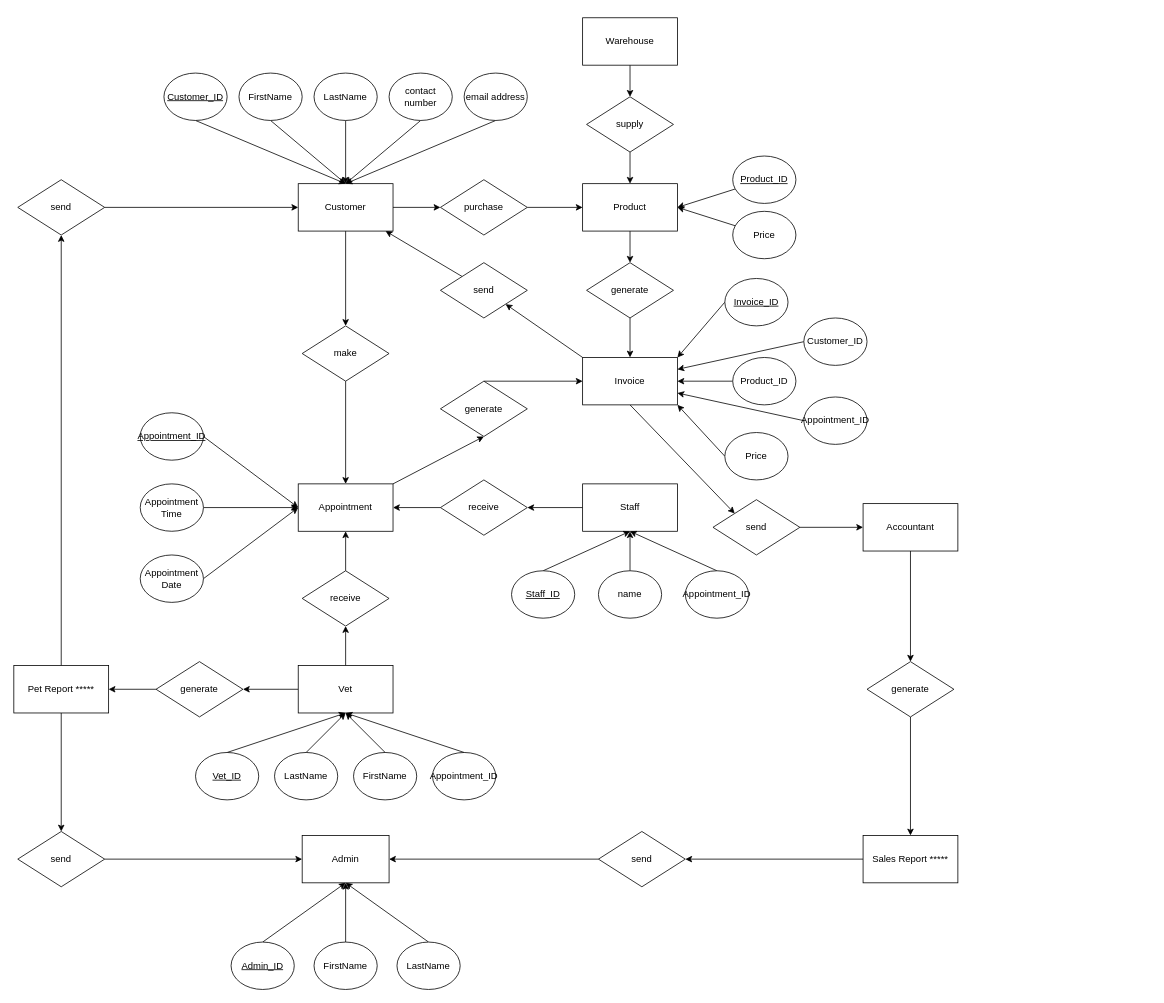
Kentcwk26/SDP keeps this draw.io diagram as page "ERD" (4 of 4) of SDPflowchart.drawio. Above is the earlier version. Source tidied: cells renumbered, new cells numbered last; positions are measured from the earlier drawing's top-left corner, leaving out a move shared by most shapes. Both pictures are drawn from the tidied source at 79%, with x=0, y=0 at pixel (13, 17).
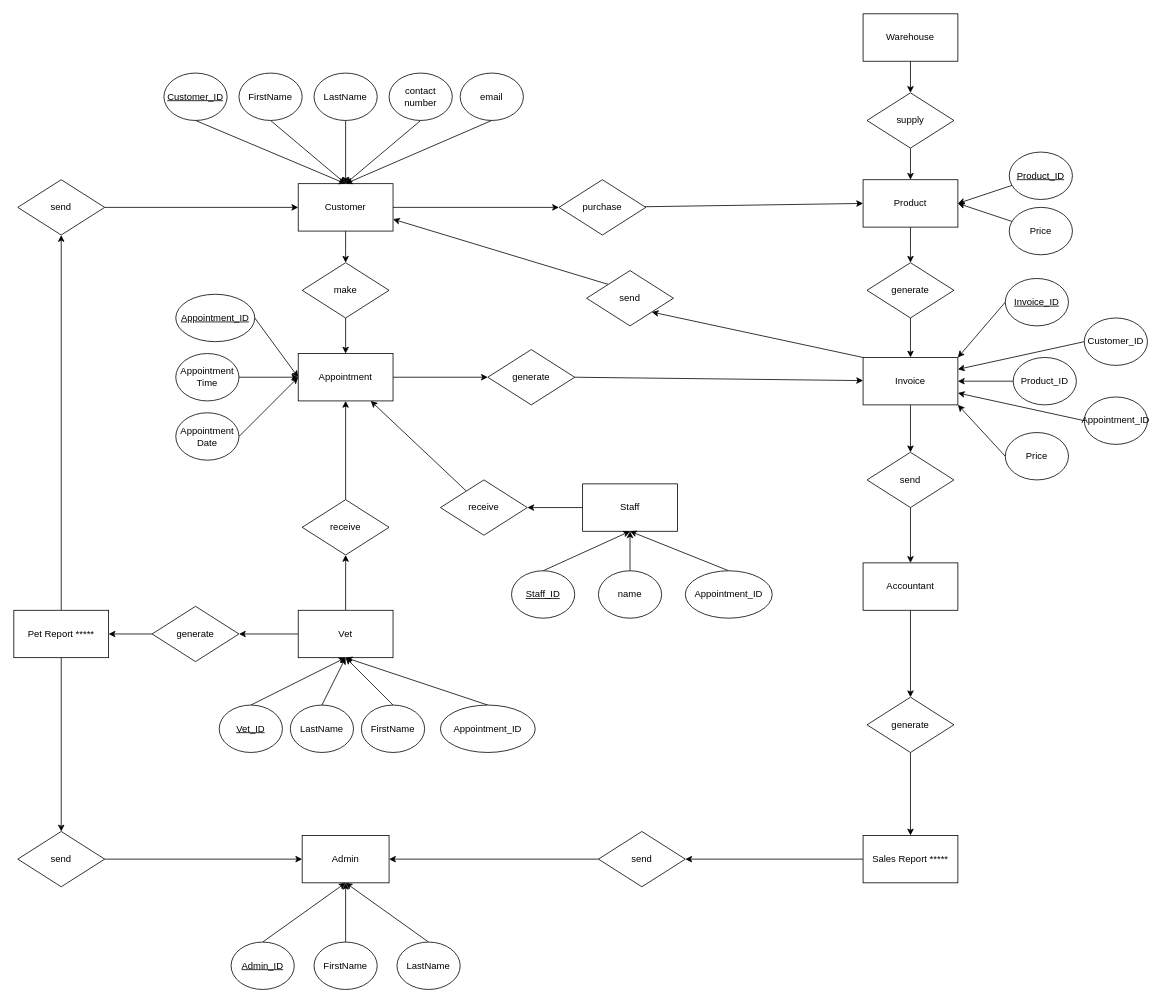
Above is the later version.

The change refers to these unchanged cells:
```xml
<mxCell id="6" value="Customer" style="rounded=0;whiteSpace=wrap;html=1;" parent="1" vertex="1">
  <mxGeometry x="360" y="210" width="120" height="60" as="geometry" />
</mxCell>
```

Diff of the diagram source:
```diff
@@
     <mxCell id="12" value="Vet" style="rounded=0;whiteSpace=wrap;html=1;" parent="1" vertex="1">
-      <mxGeometry x="360" y="820" width="120" height="60" as="geometry" />
+      <mxGeometry x="360" y="750" width="120" height="60" as="geometry" />
     </mxCell>
@@
     <mxCell id="14" value="make" style="rhombus;whiteSpace=wrap;html=1;" parent="1" vertex="1">
-      <mxGeometry x="365" y="390" width="110" height="70" as="geometry" />
+      <mxGeometry x="365" y="310" width="110" height="70" as="geometry" />
     </mxCell>
-    <mxCell id="15" style="edgeStyle=none;html=1;exitX=1;exitY=0;exitDx=0;exitDy=0;entryX=0.5;entryY=1;entryDx=0;entryDy=0;" parent="1" edge="1" source="16" target="43">
+    <mxCell id="15" style="edgeStyle=none;html=1;exitX=1;exitY=0.5;exitDx=0;exitDy=0;" parent="1" edge="1" source="16" target="43">
       <mxGeometry relative="1" as="geometry" />
     </mxCell>
     <mxCell id="16" value="Appointment" style="rounded=0;whiteSpace=wrap;html=1;" parent="1" vertex="1">
-      <mxGeometry x="360" y="590" width="120" height="60" as="geometry" />
+      <mxGeometry x="360" y="425" width="120" height="60" as="geometry" />
     </mxCell>
@@
     <mxCell id="18" value="receive" style="rhombus;whiteSpace=wrap;html=1;" parent="1" vertex="1">
-      <mxGeometry x="365" y="700" width="110" height="70" as="geometry" />
+      <mxGeometry x="365" y="610" width="110" height="70" as="geometry" />
     </mxCell>
@@
-    <mxCell id="22" value="email address" style="ellipse;whiteSpace=wrap;html=1;" parent="1" vertex="1">
-      <mxGeometry x="570" y="70" width="80" height="60" as="geometry" />
+    <mxCell id="22" value="email" style="ellipse;whiteSpace=wrap;html=1;" parent="1" vertex="1">
+      <mxGeometry x="565" y="70" width="80" height="60" as="geometry" />
     </mxCell>
@@
     <mxCell id="24" value="Warehouse" style="rounded=0;whiteSpace=wrap;html=1;" parent="1" vertex="1">
-      <mxGeometry x="720" width="120" height="60" as="geometry" />
+      <mxGeometry x="1075" y="-5" width="120" height="60" as="geometry" />
     </mxCell>
@@
     <mxCell id="26" value="purchase" style="rhombus;whiteSpace=wrap;html=1;" parent="1" vertex="1">
-      <mxGeometry x="540" y="205" width="110" height="70" as="geometry" />
+      <mxGeometry x="690" y="205" width="110" height="70" as="geometry" />
     </mxCell>
@@
     <mxCell id="28" value="Product" style="rounded=0;whiteSpace=wrap;html=1;" parent="1" vertex="1">
-      <mxGeometry x="720" y="210" width="120" height="60" as="geometry" />
+      <mxGeometry x="1075" y="205" width="120" height="60" as="geometry" />
     </mxCell>
@@
     <mxCell id="30" value="supply" style="rhombus;whiteSpace=wrap;html=1;" parent="1" vertex="1">
-      <mxGeometry x="725" y="100" width="110" height="70" as="geometry" />
+      <mxGeometry x="1080" y="95" width="110" height="70" as="geometry" />
     </mxCell>
@@
     <mxCell id="32" value="&lt;u&gt;Product_ID&lt;/u&gt;" style="ellipse;whiteSpace=wrap;html=1;" parent="1" vertex="1">
-      <mxGeometry x="910" y="175" width="80" height="60" as="geometry" />
+      <mxGeometry x="1260" y="170" width="80" height="60" as="geometry" />
     </mxCell>
@@
     <mxCell id="38" value="Price" style="ellipse;whiteSpace=wrap;html=1;" parent="1" vertex="1">
-      <mxGeometry x="910" y="245" width="80" height="60" as="geometry" />
+      <mxGeometry x="1260" y="240" width="80" height="60" as="geometry" />
     </mxCell>
@@
-    <mxCell id="40" style="edgeStyle=none;html=1;exitX=0.5;exitY=1;exitDx=0;exitDy=0;entryX=0;entryY=0;entryDx=0;entryDy=0;" parent="1" edge="1" source="41" target="90">
+    <mxCell id="40" style="edgeStyle=none;html=1;exitX=0.5;exitY=1;exitDx=0;exitDy=0;" parent="1" edge="1" source="41" target="90">
       <mxGeometry relative="1" as="geometry" />
     </mxCell>
     <mxCell id="41" value="Invoice" style="rounded=0;whiteSpace=wrap;html=1;" parent="1" vertex="1">
-      <mxGeometry x="720" y="430" width="120" height="60" as="geometry" />
+      <mxGeometry x="1075" y="430" width="120" height="60" as="geometry" />
     </mxCell>
-    <mxCell id="42" style="edgeStyle=none;html=1;exitX=0.5;exitY=0;exitDx=0;exitDy=0;" parent="1" edge="1" source="43" target="41">
+    <mxCell id="42" style="edgeStyle=none;html=1;exitX=1;exitY=0.5;exitDx=0;exitDy=0;" parent="1" edge="1" source="43" target="41">
       <mxGeometry relative="1" as="geometry" />
     </mxCell>
     <mxCell id="43" value="generate" style="rhombus;whiteSpace=wrap;html=1;" parent="1" vertex="1">
-      <mxGeometry x="540" y="460" width="110" height="70" as="geometry" />
+      <mxGeometry x="600" y="420" width="110" height="70" as="geometry" />
     </mxCell>
-    <mxCell id="44" style="edgeStyle=none;html=1;exitX=1;exitY=0.5;exitDx=0;exitDy=0;" parent="1" edge="1" source="45">
-      <mxGeometry relative="1" as="geometry">
-        <mxPoint x="360" y="620" as="targetPoint" />
-      </mxGeometry>
+    <mxCell id="44" style="edgeStyle=none;html=1;exitX=1;exitY=0.5;exitDx=0;exitDy=0;entryX=0;entryY=0.5;entryDx=0;entryDy=0;" parent="1" edge="1" source="45" target="16">
+      <mxGeometry relative="1" as="geometry" />
     </mxCell>
     <mxCell id="45" value="&lt;u&gt;Appointment_ID&lt;/u&gt;" style="ellipse;whiteSpace=wrap;html=1;" parent="1" vertex="1">
-      <mxGeometry x="160" y="500" width="80" height="60" as="geometry" />
+      <mxGeometry x="205" y="350" width="100" height="60" as="geometry" />
     </mxCell>
@@
     <mxCell id="47" value="generate" style="rhombus;whiteSpace=wrap;html=1;" parent="1" vertex="1">
-      <mxGeometry x="725" y="310" width="110" height="70" as="geometry" />
+      <mxGeometry x="1080" y="310" width="110" height="70" as="geometry" />
     </mxCell>
@@
     <mxCell id="49" value="Appointment Time" style="ellipse;whiteSpace=wrap;html=1;" parent="1" vertex="1">
-      <mxGeometry x="160" y="590" width="80" height="60" as="geometry" />
+      <mxGeometry x="205" y="425" width="80" height="60" as="geometry" />
     </mxCell>
@@
     <mxCell id="51" value="Appointment Date" style="ellipse;whiteSpace=wrap;html=1;" parent="1" vertex="1">
-      <mxGeometry x="160" y="680" width="80" height="60" as="geometry" />
+      <mxGeometry x="205" y="500" width="80" height="60" as="geometry" />
     </mxCell>
-    <mxCell id="52" style="edgeStyle=none;html=1;exitX=0;exitY=0;exitDx=0;exitDy=0;" parent="1" edge="1" source="53" target="6">
+    <mxCell id="52" style="edgeStyle=none;html=1;exitX=0;exitY=0;exitDx=0;exitDy=0;entryX=1;entryY=0.75;entryDx=0;entryDy=0;" parent="1" edge="1" source="53" target="6">
       <mxGeometry relative="1" as="geometry" />
     </mxCell>
     <mxCell id="53" value="send" style="rhombus;whiteSpace=wrap;html=1;" parent="1" vertex="1">
-      <mxGeometry x="540" y="310" width="110" height="70" as="geometry" />
+      <mxGeometry x="725" y="320" width="110" height="70" as="geometry" />
     </mxCell>
@@
     <mxCell id="55" value="&lt;u&gt;Vet_ID&lt;/u&gt;" style="ellipse;whiteSpace=wrap;html=1;" parent="1" vertex="1">
-      <mxGeometry x="230" y="930" width="80" height="60" as="geometry" />
+      <mxGeometry x="260" y="870" width="80" height="60" as="geometry" />
     </mxCell>
@@
     <mxCell id="57" value="LastName" style="ellipse;whiteSpace=wrap;html=1;" parent="1" vertex="1">
-      <mxGeometry x="330" y="930" width="80" height="60" as="geometry" />
+      <mxGeometry x="350" y="870" width="80" height="60" as="geometry" />
     </mxCell>
-    <mxCell id="58" style="edgeStyle=none;html=1;exitX=0.5;exitY=0;exitDx=0;exitDy=0;" parent="1" edge="1" source="59">
-      <mxGeometry relative="1" as="geometry">
-        <mxPoint x="420" y="880" as="targetPoint" />
-      </mxGeometry>
+    <mxCell id="58" style="edgeStyle=none;html=1;exitX=0.5;exitY=0;exitDx=0;exitDy=0;entryX=0.5;entryY=1;entryDx=0;entryDy=0;" parent="1" edge="1" source="59" target="12">
+      <mxGeometry relative="1" as="geometry" />
     </mxCell>
     <mxCell id="59" value="FirstName" style="ellipse;whiteSpace=wrap;html=1;" parent="1" vertex="1">
-      <mxGeometry x="430" y="930" width="80" height="60" as="geometry" />
+      <mxGeometry x="440" y="870" width="80" height="60" as="geometry" />
     </mxCell>
@@
     <mxCell id="65" value="Appointment_ID" style="ellipse;whiteSpace=wrap;html=1;" parent="1" vertex="1">
-      <mxGeometry x="850" y="700" width="80" height="60" as="geometry" />
+      <mxGeometry x="850" y="700" width="110" height="60" as="geometry" />
     </mxCell>
@@
     <mxCell id="69" value="Product_ID" style="ellipse;whiteSpace=wrap;html=1;" parent="1" vertex="1">
-      <mxGeometry x="910" y="430" width="80" height="60" as="geometry" />
+      <mxGeometry x="1265" y="430" width="80" height="60" as="geometry" />
     </mxCell>
@@
     <mxCell id="71" value="Price" style="ellipse;whiteSpace=wrap;html=1;" parent="1" vertex="1">
-      <mxGeometry x="900" y="525" width="80" height="60" as="geometry" />
+      <mxGeometry x="1255" y="525" width="80" height="60" as="geometry" />
     </mxCell>
@@
     <mxCell id="73" value="&lt;u&gt;Invoice_ID&lt;/u&gt;" style="ellipse;whiteSpace=wrap;html=1;" parent="1" vertex="1">
-      <mxGeometry x="900" y="330" width="80" height="60" as="geometry" />
+      <mxGeometry x="1255" y="330" width="80" height="60" as="geometry" />
     </mxCell>
@@
     <mxCell id="75" value="Customer_ID" style="ellipse;whiteSpace=wrap;html=1;" parent="1" vertex="1">
-      <mxGeometry x="1000" y="380" width="80" height="60" as="geometry" />
+      <mxGeometry x="1355" y="380" width="80" height="60" as="geometry" />
     </mxCell>
@@
     <mxCell id="77" value="Appointment_ID" style="ellipse;whiteSpace=wrap;html=1;" parent="1" vertex="1">
-      <mxGeometry x="1000" y="480" width="80" height="60" as="geometry" />
+      <mxGeometry x="1355" y="480" width="80" height="60" as="geometry" />
     </mxCell>
-    <mxCell id="78" style="edgeStyle=none;html=1;exitX=0.5;exitY=0;exitDx=0;exitDy=0;" parent="1" edge="1" source="79">
-      <mxGeometry relative="1" as="geometry">
-        <mxPoint x="420" y="880" as="targetPoint" />
-      </mxGeometry>
+    <mxCell id="78" style="edgeStyle=none;html=1;exitX=0.5;exitY=0;exitDx=0;exitDy=0;entryX=0.5;entryY=1;entryDx=0;entryDy=0;" parent="1" edge="1" source="79" target="12">
+      <mxGeometry relative="1" as="geometry" />
     </mxCell>
     <mxCell id="79" value="Appointment_ID" style="ellipse;whiteSpace=wrap;html=1;" parent="1" vertex="1">
-      <mxGeometry x="530" y="930" width="80" height="60" as="geometry" />
+      <mxGeometry x="540" y="870" width="120" height="60" as="geometry" />
     </mxCell>
@@
     <mxCell id="88" value="Pet Report *****" style="rounded=0;whiteSpace=wrap;html=1;" parent="1" vertex="1">
-      <mxGeometry y="820" width="120" height="60" as="geometry" />
+      <mxGeometry y="750" width="120" height="60" as="geometry" />
     </mxCell>
-    <mxCell id="89" style="edgeStyle=none;html=1;exitX=1;exitY=0.5;exitDx=0;exitDy=0;" parent="1" edge="1" source="90" target="92">
+    <mxCell id="89" style="edgeStyle=none;html=1;" parent="1" edge="1" source="90" target="92">
       <mxGeometry relative="1" as="geometry" />
     </mxCell>
     <mxCell id="90" value="send" style="rhombus;whiteSpace=wrap;html=1;" parent="1" vertex="1">
-      <mxGeometry x="885" y="610" width="110" height="70" as="geometry" />
+      <mxGeometry x="1080" y="550" width="110" height="70" as="geometry" />
     </mxCell>
@@
     <mxCell id="92" value="Accountant" style="rounded=0;whiteSpace=wrap;html=1;" parent="1" vertex="1">
-      <mxGeometry x="1075" y="615" width="120" height="60" as="geometry" />
+      <mxGeometry x="1075" y="690" width="120" height="60" as="geometry" />
     </mxCell>
@@
     <mxCell id="94" value="generate" style="rhombus;whiteSpace=wrap;html=1;" parent="1" vertex="1">
-      <mxGeometry x="180" y="815" width="110" height="70" as="geometry" />
+      <mxGeometry x="175" y="745" width="110" height="70" as="geometry" />
     </mxCell>
@@
     <mxCell id="96" value="generate" style="rhombus;whiteSpace=wrap;html=1;" parent="1" vertex="1">
-      <mxGeometry x="1080" y="815" width="110" height="70" as="geometry" />
+      <mxGeometry x="1080" y="860" width="110" height="70" as="geometry" />
     </mxCell>
```
